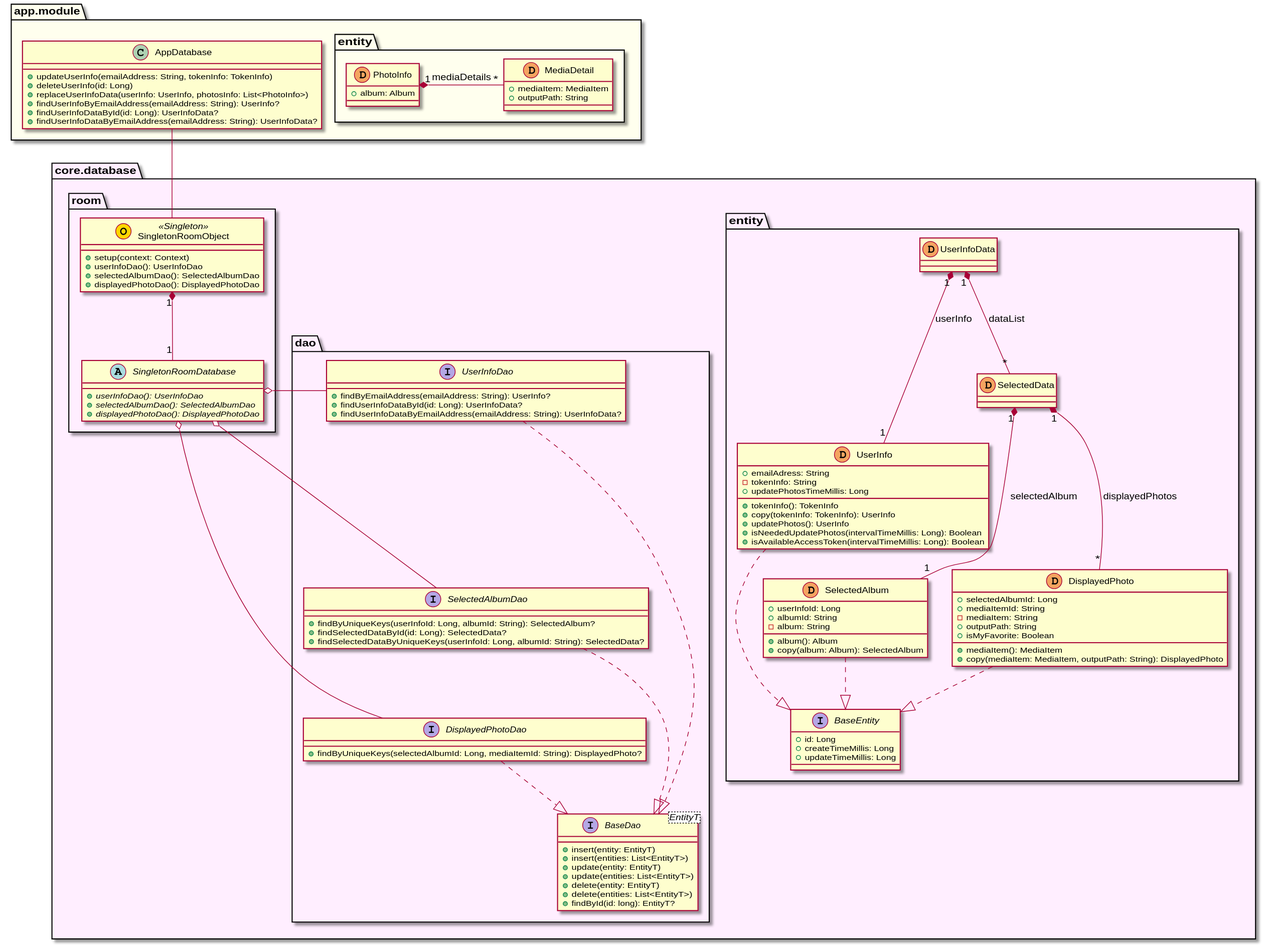
sallyluenoa/PhotoSlideShow keeps this PlantUML diagram as uml/database/class_diagram_database.svg. Above is the earlier version.
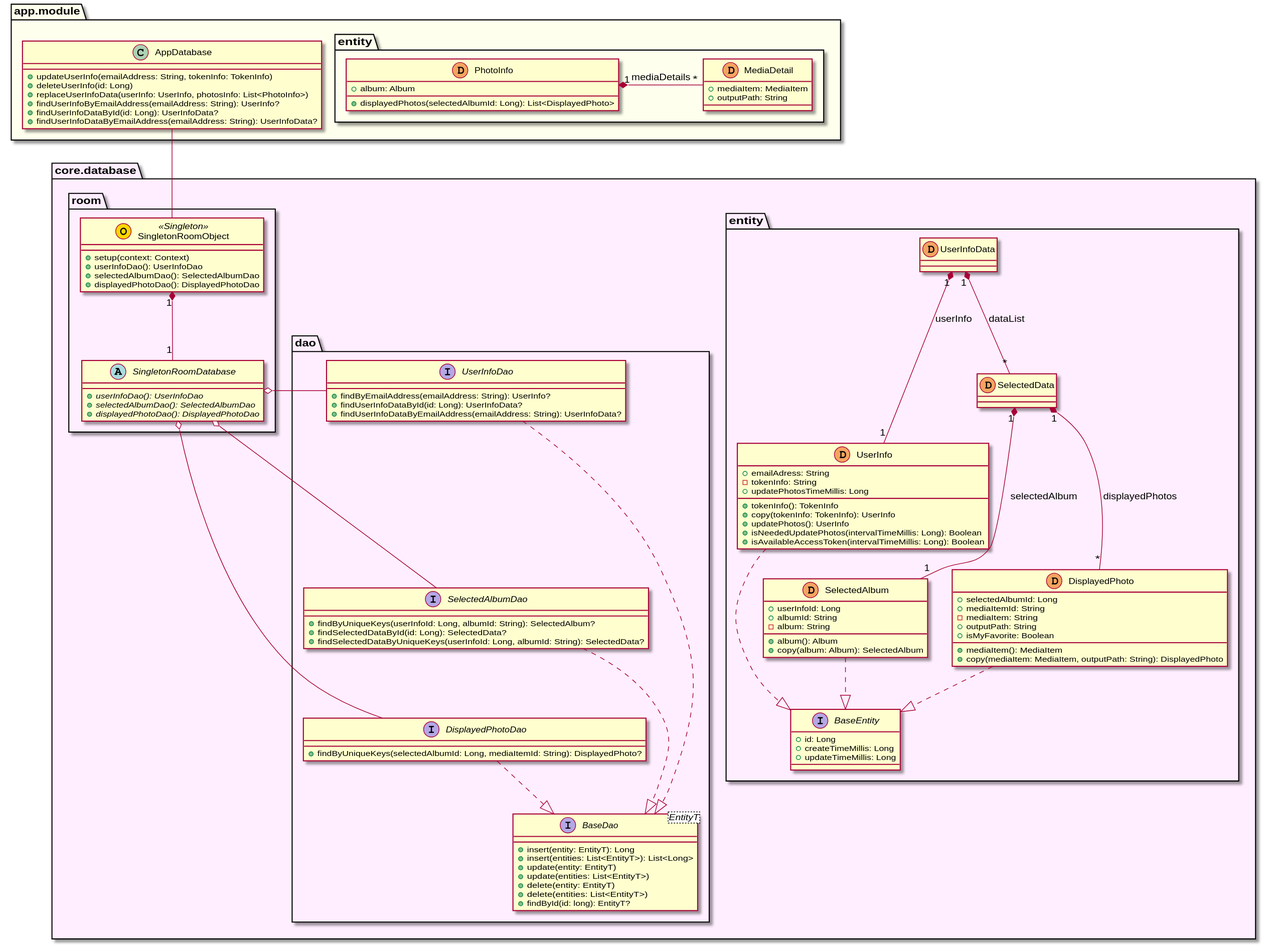
Later version of the same file.

Commit message:
Brush up app module and whole sequence #12

The edit, as a diff of the source:
```diff
@@ -48,8 +48,8 @@
 
   namespace dao {
     interface BaseDao<EntityT> {
-      + insert(entity: EntityT)
-      + insert(entities: List<EntityT>)
+      + insert(entity: EntityT): Long
+      + insert(entities: List<EntityT>): List<Long>
       + update(entity: EntityT)
       + update(entities: List<EntityT>)
       + delete(entity: EntityT)
@@ -100,6 +100,7 @@
   namespace entity {
     class PhotoInfo << (D, sandybrown) >> {
       + album: Album
+      + displayedPhotos(selectedAlbumId: Long): List<DisplayedPhoto>
     }
     class MediaDetail << (D, sandybrown) >> {
       + mediaItem: MediaItem
```
